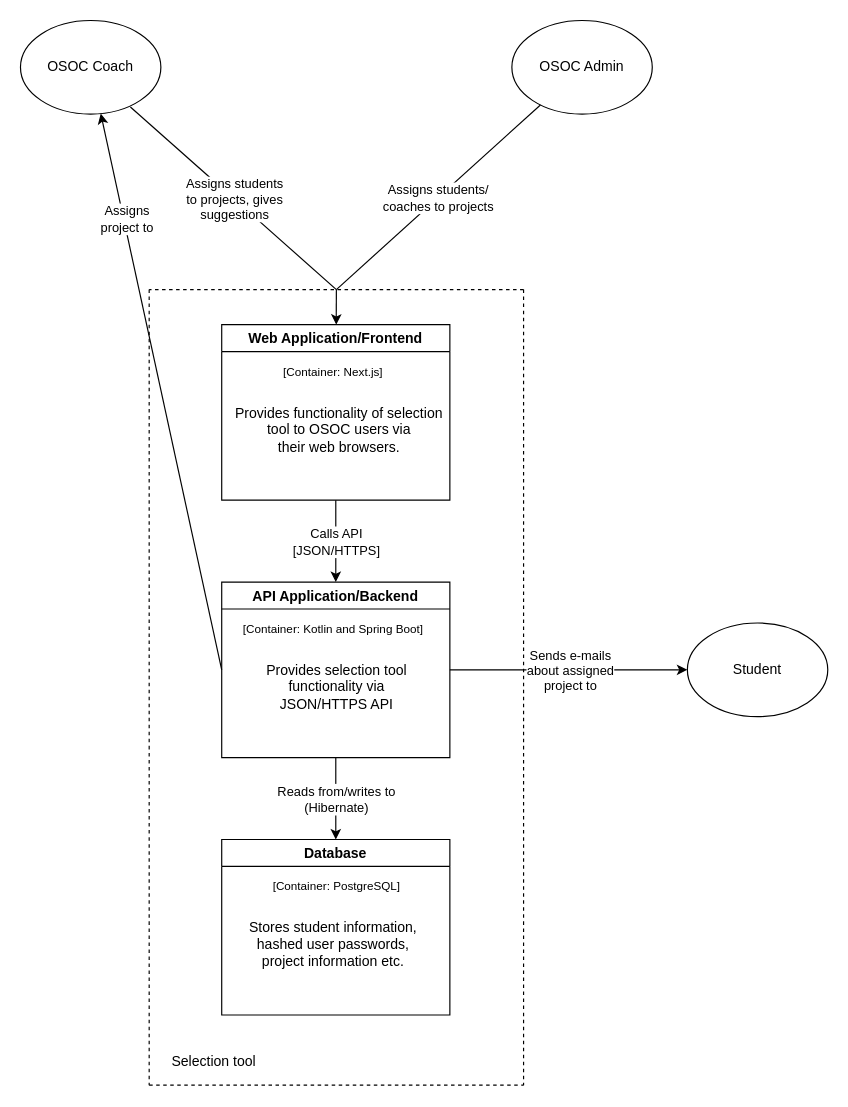
Above: docs/C4_container_diagram.drawio in SELab-2/OSOC-1 (draw.io), before the change. Source tidied: cells renumbered, new cells numbered last; positions are measured from the earlier drawing's top-left corner, leaving out a move shared by most shapes. Both pictures are drawn from the tidied source at 117%, with x=0, y=0 at pixel (20, 20).
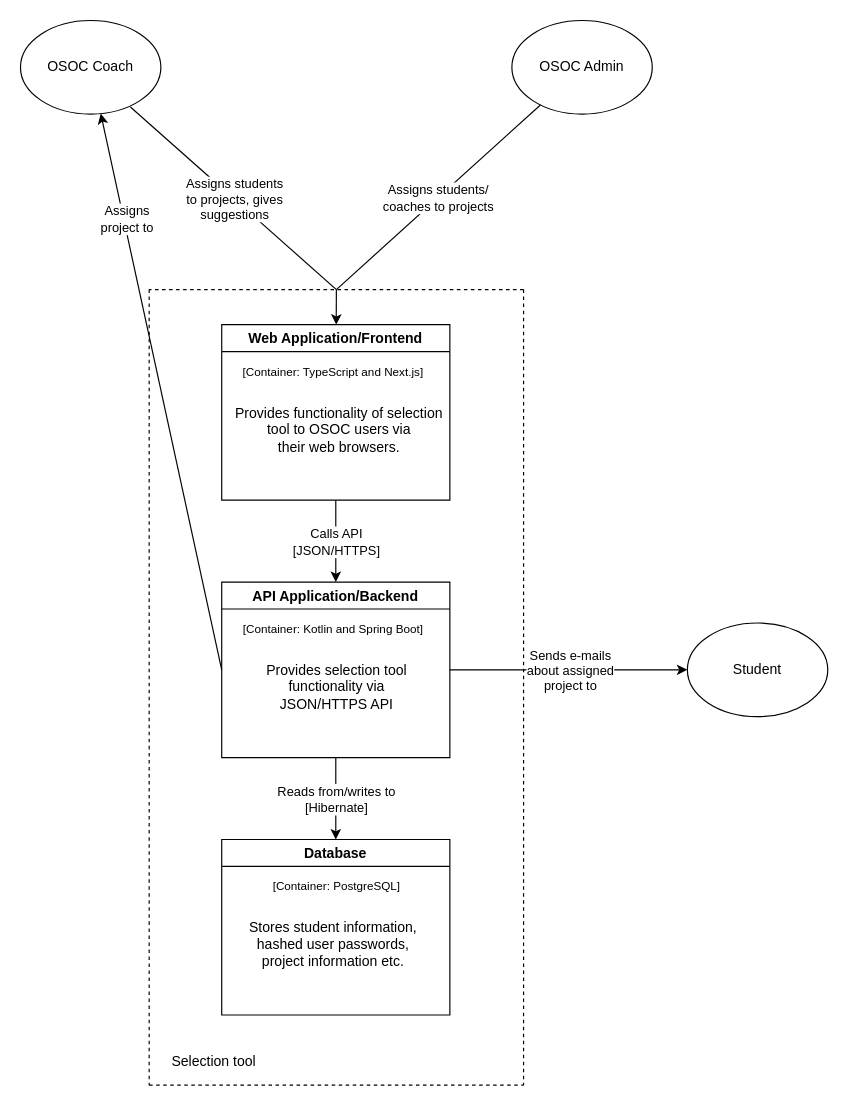
After the change.

Commit message (it also covers changes not shown here):
docs: add typescript to diagram

Unchanged cells that the change refers to:
```xml
<mxCell id="8" value="Web Application/Frontend" style="swimlane;" parent="1" vertex="1">
  <mxGeometry x="172" y="260" width="195" height="150" as="geometry" />
</mxCell>
<mxCell id="20" style="endArrow=classic;html=1;rounded=0;fontSize=12;exitX=0.5;exitY=1;exitDx=0;exitDy=0;entryX=0.5;entryY=0;entryDx=0;entryDy=0;" parent="1" edge="1" source="12" target="17">
  <mxGeometry relative="1" as="geometry" />
</mxCell>
```

Diff of the diagram source:
```diff
@@
-    <mxCell id="9" value="[Container: Next.js]" style="text;html=1;align=center;verticalAlign=middle;strokeColor=none;fillColor=none;fontSize=10;" parent="8" vertex="1">
-      <mxGeometry x="45" y="30" width="100" height="20" as="geometry" />
+    <mxCell id="9" value="[Container: TypeScript and Next.js]" style="text;html=1;align=center;verticalAlign=middle;strokeColor=none;fillColor=none;fontSize=10;" parent="8" vertex="1">
+      <mxGeometry x="5" y="30" width="180" height="20" as="geometry" />
     </mxCell>
@@
-    <mxCell id="21" value="&lt;div style=&quot;font-size: 11px&quot;&gt;&lt;font style=&quot;font-size: 11px&quot;&gt;Reads from/writes to&lt;/font&gt;&lt;/div&gt;&lt;div style=&quot;font-size: 11px&quot;&gt;&lt;font style=&quot;font-size: 11px&quot;&gt;(Hibernate)&lt;br&gt;&lt;/font&gt;&lt;/div&gt;" style="edgeLabel;html=1;align=center;verticalAlign=middle;fontSize=12;" parent="20" vertex="1">
+    <mxCell id="21" value="&lt;div style=&quot;font-size: 11px&quot;&gt;&lt;font style=&quot;font-size: 11px&quot;&gt;Reads from/writes to&lt;/font&gt;&lt;/div&gt;&lt;div style=&quot;font-size: 11px&quot;&gt;&lt;font style=&quot;font-size: 11px&quot;&gt;[Hibernate]&lt;br&gt;&lt;/font&gt;&lt;/div&gt;" style="edgeLabel;html=1;align=center;verticalAlign=middle;fontSize=12;" parent="20" vertex="1">
       <mxGeometry relative="1" as="geometry" />
     </mxCell>
```
